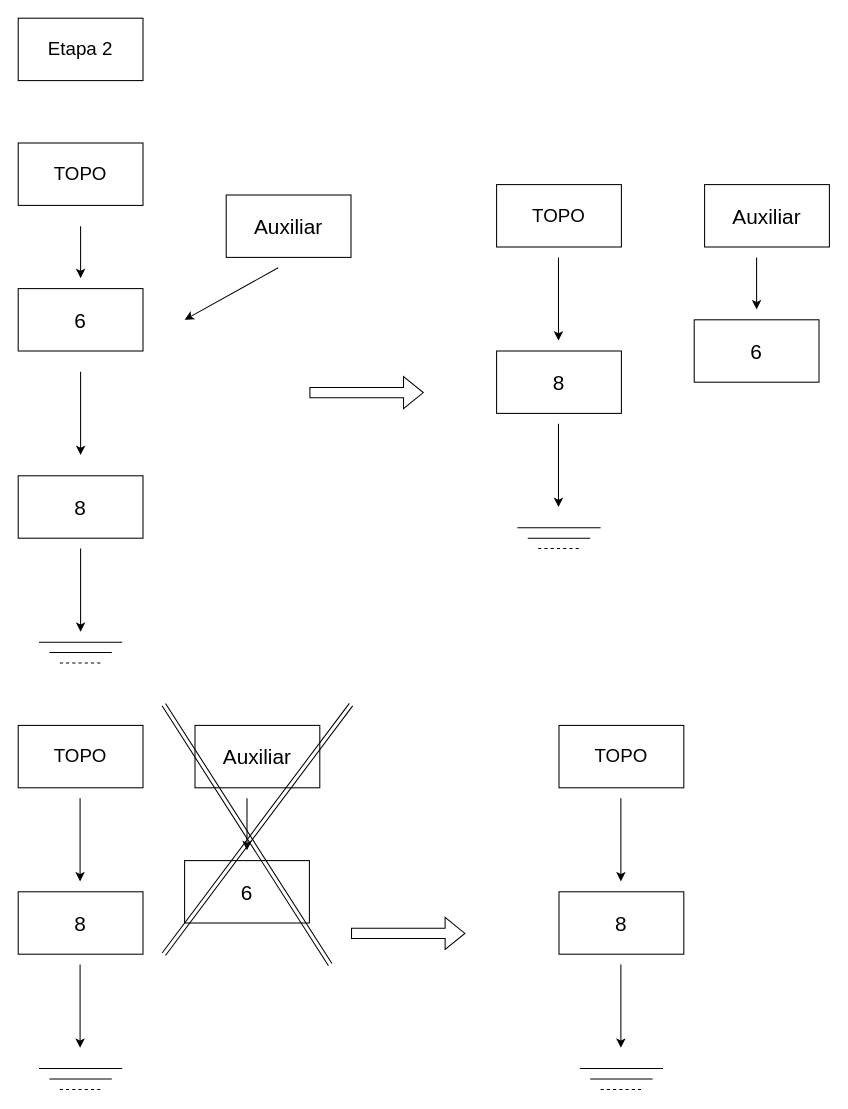
Before: page "Page-2" (2 of 4) of Untitled Diagram.drawio in Xang0/Diagramas-de-Estruturas-de-Dado, a draw.io diagram. Source tidied: cells renumbered, new cells numbered last; positions are measured from the earlier drawing's top-left corner, leaving out a move shared by most shapes. Both pictures are drawn from the tidied source at 104%, with x=0, y=0 at pixel (18, 18).
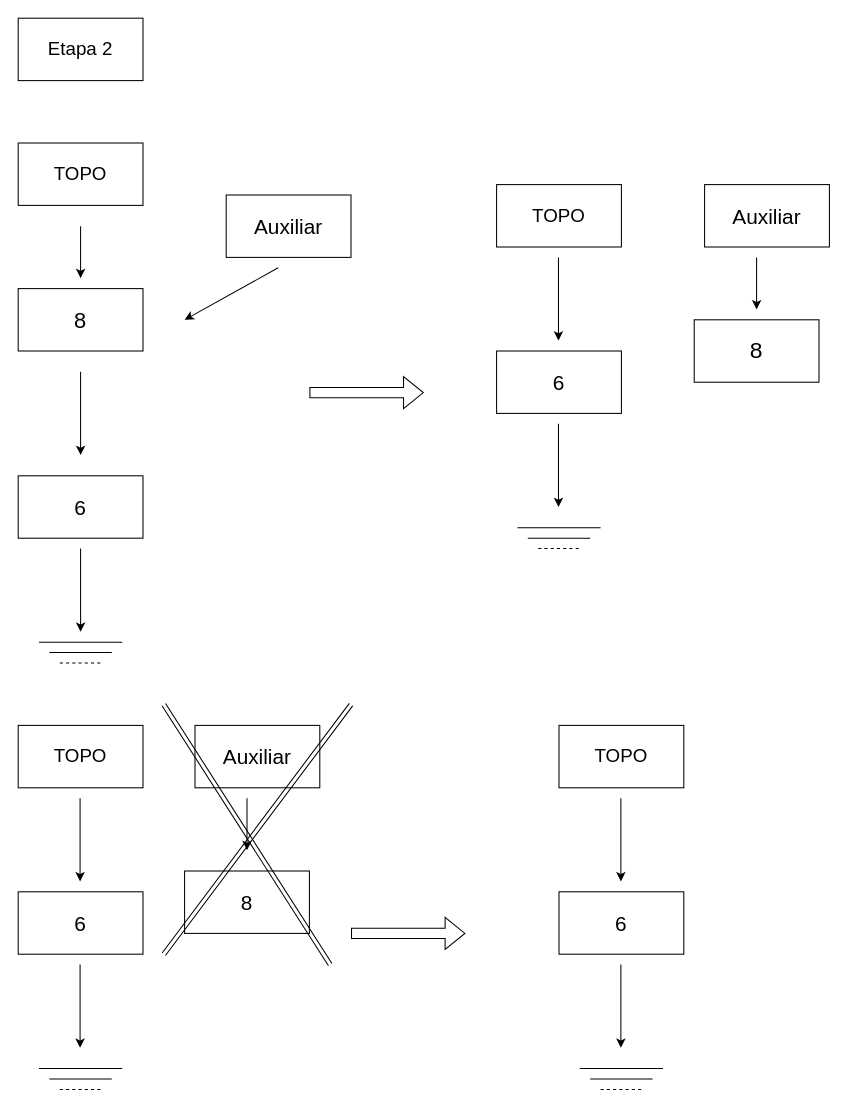
After the change.

The edit, as a diff of the source:
```diff
@@
-    <mxCell id="10" value="&lt;div style=&quot;font-size: 20px;&quot;&gt;6&lt;br&gt;&lt;/div&gt;" style="text;html=1;align=center;verticalAlign=middle;whiteSpace=wrap;rounded=0;" parent="1" vertex="1">
+    <mxCell id="10" value="&lt;font style=&quot;font-size: 21px;&quot;&gt;8&lt;/font&gt;" style="text;html=1;align=center;verticalAlign=middle;whiteSpace=wrap;rounded=0;" parent="1" vertex="1">
       <mxGeometry y="260" width="120" height="60" as="geometry" />
     </mxCell>
@@
-    <mxCell id="13" value="&lt;font style=&quot;font-size: 20px;&quot;&gt;8&lt;/font&gt;" style="text;html=1;align=center;verticalAlign=middle;whiteSpace=wrap;rounded=0;" parent="1" vertex="1">
+    <mxCell id="13" value="&lt;font style=&quot;font-size: 20px;&quot;&gt;6&lt;/font&gt;" style="text;html=1;align=center;verticalAlign=middle;whiteSpace=wrap;rounded=0;" parent="1" vertex="1">
       <mxGeometry y="440" width="120" height="60" as="geometry" />
     </mxCell>
@@
-    <mxCell id="27" value="&lt;div style=&quot;font-size: 20px;&quot;&gt;6&lt;br&gt;&lt;/div&gt;" style="text;html=1;align=center;verticalAlign=middle;whiteSpace=wrap;rounded=0;" parent="1" vertex="1">
+    <mxCell id="27" value="&lt;font style=&quot;font-size: 22px;&quot;&gt;8&lt;/font&gt;" style="text;html=1;align=center;verticalAlign=middle;whiteSpace=wrap;rounded=0;" parent="1" vertex="1">
       <mxGeometry x="650" y="290" width="120" height="60" as="geometry" />
     </mxCell>
@@
-    <mxCell id="30" value="&lt;font style=&quot;font-size: 20px;&quot;&gt;8&lt;/font&gt;" style="text;html=1;align=center;verticalAlign=middle;whiteSpace=wrap;rounded=0;" parent="1" vertex="1">
+    <mxCell id="30" value="&lt;font style=&quot;font-size: 20px;&quot;&gt;6&lt;/font&gt;" style="text;html=1;align=center;verticalAlign=middle;whiteSpace=wrap;rounded=0;" parent="1" vertex="1">
       <mxGeometry x="460" y="320" width="120" height="60" as="geometry" />
     </mxCell>
@@
     <mxCell id="41" style="rounded=0;whiteSpace=wrap;html=1;" parent="1" vertex="1">
-      <mxGeometry y="840" width="120" height="60" as="geometry" />
+      <mxGeometry x="160" y="820" width="120" height="60" as="geometry" />
     </mxCell>
     <mxCell id="42" value="&lt;font style=&quot;font-size: 20px;&quot;&gt;8&lt;/font&gt;" style="text;html=1;align=center;verticalAlign=middle;whiteSpace=wrap;rounded=0;" parent="1" vertex="1">
-      <mxGeometry y="840" width="120" height="60" as="geometry" />
+      <mxGeometry x="160" y="820" width="120" height="60" as="geometry" />
     </mxCell>
     <mxCell id="43" style="rounded=0;whiteSpace=wrap;html=1;" parent="1" vertex="1">
-      <mxGeometry x="160" y="810" width="120" height="60" as="geometry" />
+      <mxGeometry y="840" width="120" height="60" as="geometry" />
     </mxCell>
     <mxCell id="44" value="&lt;div style=&quot;font-size: 20px;&quot;&gt;6&lt;br&gt;&lt;/div&gt;" style="text;html=1;align=center;verticalAlign=middle;whiteSpace=wrap;rounded=0;" parent="1" vertex="1">
-      <mxGeometry x="160" y="810" width="120" height="60" as="geometry" />
+      <mxGeometry y="840" width="120" height="60" as="geometry" />
     </mxCell>
@@
-    <mxCell id="59" value="&lt;font style=&quot;font-size: 20px;&quot;&gt;8&lt;/font&gt;" style="text;html=1;align=center;verticalAlign=middle;whiteSpace=wrap;rounded=0;" parent="1" vertex="1">
+    <mxCell id="59" value="&lt;font style=&quot;font-size: 20px;&quot;&gt;6&lt;/font&gt;" style="text;html=1;align=center;verticalAlign=middle;whiteSpace=wrap;rounded=0;" parent="1" vertex="1">
       <mxGeometry x="520" y="840" width="120" height="60" as="geometry" />
     </mxCell>
```
